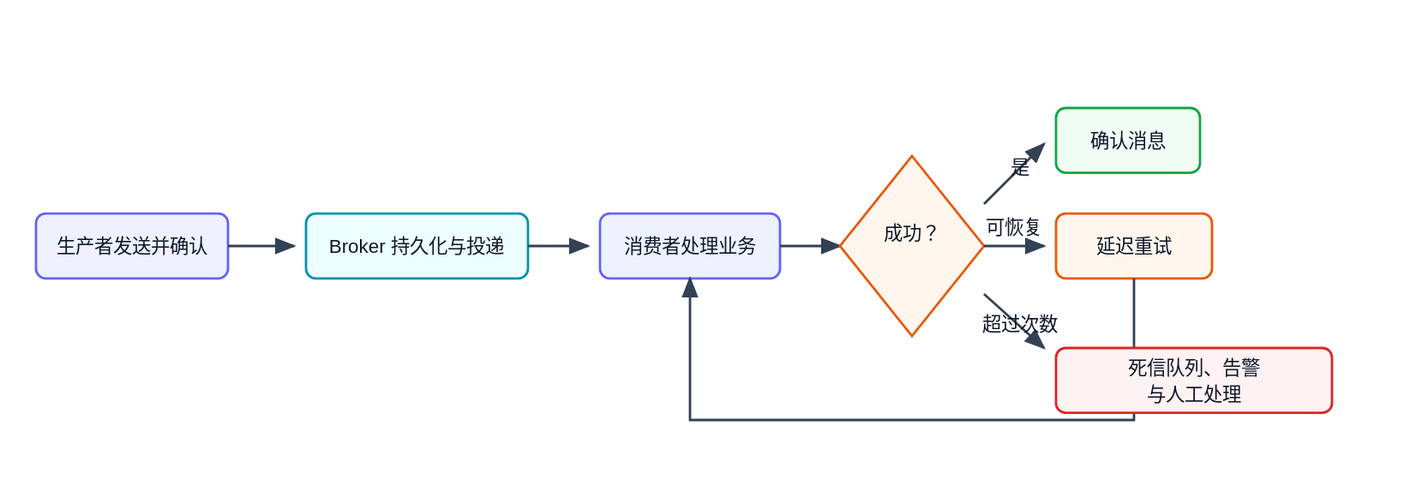
The draw.io diagram .image/interview/middleware/mq/message-lifecycle.svg in junvoy/kalaka-press, before a commit. Source tidied: cells renumbered, new cells last; positions are measured from the earlier drawing's top-left corner, leaving out a move shared by most shapes.
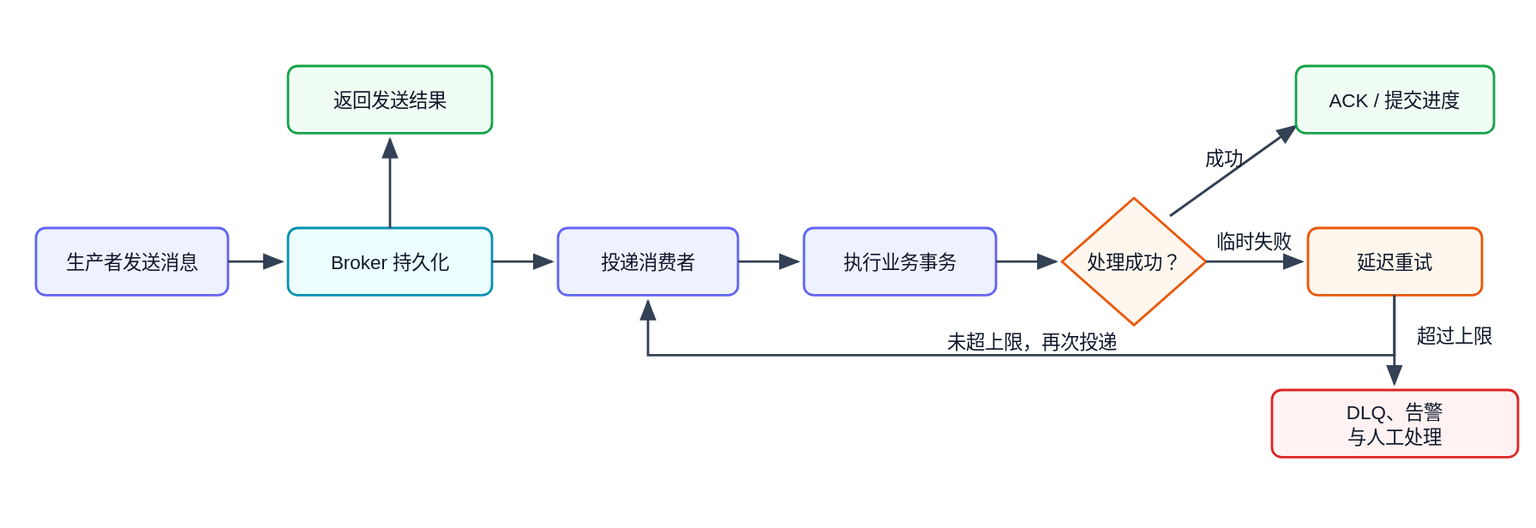
After the change.

Diff of the diagram source:
```diff
@@ -2,23 +2,59 @@
   <root>
     <mxCell id="0" />
     <mxCell id="1" parent="0" />
-    <mxCell id="2" value="生产者发送并确认" style="rounded=1;whiteSpace=wrap;html=1;fillColor=#eef2ff;strokeColor=#6366f1;" parent="1" vertex="1">
-      <mxGeometry y="90" width="160" height="54" as="geometry" />
+    <mxCell id="2" value="生产者发送消息" style="rounded=1;whiteSpace=wrap;html=1;fillColor=#eef2ff;strokeColor=#6366f1;" parent="1" vertex="1">
+      <mxGeometry y="120" width="160" height="56" as="geometry" />
     </mxCell>
-    <mxCell id="3" value="Broker 持久化与投递" style="rounded=1;whiteSpace=wrap;html=1;fillColor=#ecfeff;strokeColor=#0891b2;" parent="1" vertex="1">
-      <mxGeometry x="220" y="90" width="180" height="54" as="geometry" />
+    <mxCell id="3" value="Broker 持久化" style="rounded=1;whiteSpace=wrap;html=1;fillColor=#ecfeff;strokeColor=#0891b2;" parent="1" vertex="1">
+      <mxGeometry x="210" y="120" width="170" height="56" as="geometry" />
     </mxCell>
+    <mxCell id="8" value="返回发送结果" style="rounded=1;whiteSpace=wrap;html=1;fillColor=#f0fdf4;strokeColor=#16a34a;" parent="1" vertex="1">
+      <mxGeometry x="210" y="-15" width="170" height="56" as="geometry" />
+    </mxCell>
-    <mxCell id="4" value="消费者处理业务" style="rounded=1;whiteSpace=wrap;html=1;fillColor=#eef2ff;strokeColor=#6366f1;" parent="1" vertex="1">
-      <mxGeometry x="460" y="90" width="150" height="54" as="geometry" />
+    <mxCell id="4" value="投递消费者" style="rounded=1;whiteSpace=wrap;html=1;fillColor=#eef2ff;strokeColor=#6366f1;" parent="1" vertex="1">
+      <mxGeometry x="435" y="120" width="150" height="56" as="geometry" />
     </mxCell>
-    <mxCell id="5" value="成功确认" style="rounded=1;whiteSpace=wrap;html=1;fillColor=#f0fdf4;strokeColor=#16a34a;" parent="1" vertex="1">
-      <mxGeometry x="840" width="120" height="54" as="geometry" />
-    </mxCell>
+    <mxCell id="9" value="执行业务事务" style="rounded=1;whiteSpace=wrap;html=1;fillColor=#eef2ff;strokeColor=#6366f1;" parent="1" vertex="1">
+      <mxGeometry x="640" y="120" width="160" height="56" as="geometry" />
+    </mxCell>
+    <mxCell id="10" value="处理成功？" style="rhombus;whiteSpace=wrap;html=1;fillColor=#fff7ed;strokeColor=#ea580c;" parent="1" vertex="1">
+      <mxGeometry x="855" y="95" width="120" height="106" as="geometry" />
+    </mxCell>
+    <mxCell id="11" value="ACK / 提交进度" style="rounded=1;whiteSpace=wrap;html=1;fillColor=#f0fdf4;strokeColor=#16a34a;" parent="1" vertex="1">
+      <mxGeometry x="1050" y="-15" width="165" height="56" as="geometry" />
+    </mxCell>
     <mxCell id="6" value="延迟重试" style="rounded=1;whiteSpace=wrap;html=1;fillColor=#fff7ed;strokeColor=#ea580c;" parent="1" vertex="1">
-      <mxGeometry x="820" y="95" width="140" height="54" as="geometry" />
+      <mxGeometry x="1060" y="120" width="145" height="56" as="geometry" />
     </mxCell>
-    <mxCell id="7" value="死信队列、告警与人工处理" style="rounded=1;whiteSpace=wrap;html=1;fillColor=#fef2f2;strokeColor=#dc2626;" parent="1" vertex="1">
-      <mxGeometry x="800" y="200" width="220" height="54" as="geometry" />
+    <mxCell id="7" value="DLQ、告警与人工处理" style="rounded=1;whiteSpace=wrap;html=1;fillColor=#fef2f2;strokeColor=#dc2626;" parent="1" vertex="1">
+      <mxGeometry x="1030" y="255" width="205" height="56" as="geometry" />
     </mxCell>
+    <mxCell id="12" parent="1" edge="1" source="2" target="3">
+      <mxGeometry relative="1" as="geometry" />
+    </mxCell>
+    <mxCell id="13" parent="1" edge="1" source="3" target="8">
+      <mxGeometry relative="1" as="geometry" />
+    </mxCell>
+    <mxCell id="14" parent="1" edge="1" source="3" target="4">
+      <mxGeometry relative="1" as="geometry" />
+    </mxCell>
+    <mxCell id="15" parent="1" edge="1" source="4" target="9">
+      <mxGeometry relative="1" as="geometry" />
+    </mxCell>
+    <mxCell id="16" parent="1" edge="1" source="9" target="10">
+      <mxGeometry relative="1" as="geometry" />
+    </mxCell>
+    <mxCell id="17" value="成功" parent="1" edge="1" source="10" target="11">
+      <mxGeometry relative="1" as="geometry" />
+    </mxCell>
+    <mxCell id="18" value="临时失败" parent="1" edge="1" source="10" target="6">
+      <mxGeometry relative="1" as="geometry" />
+    </mxCell>
+    <mxCell id="19" value="未超上限" parent="1" edge="1" source="6" target="4">
+      <mxGeometry relative="1" as="geometry" />
+    </mxCell>
+    <mxCell id="20" value="超过上限" parent="1" edge="1" source="6" target="7">
+      <mxGeometry relative="1" as="geometry" />
+    </mxCell>
   </root>
 </mxGraphModel>
```
